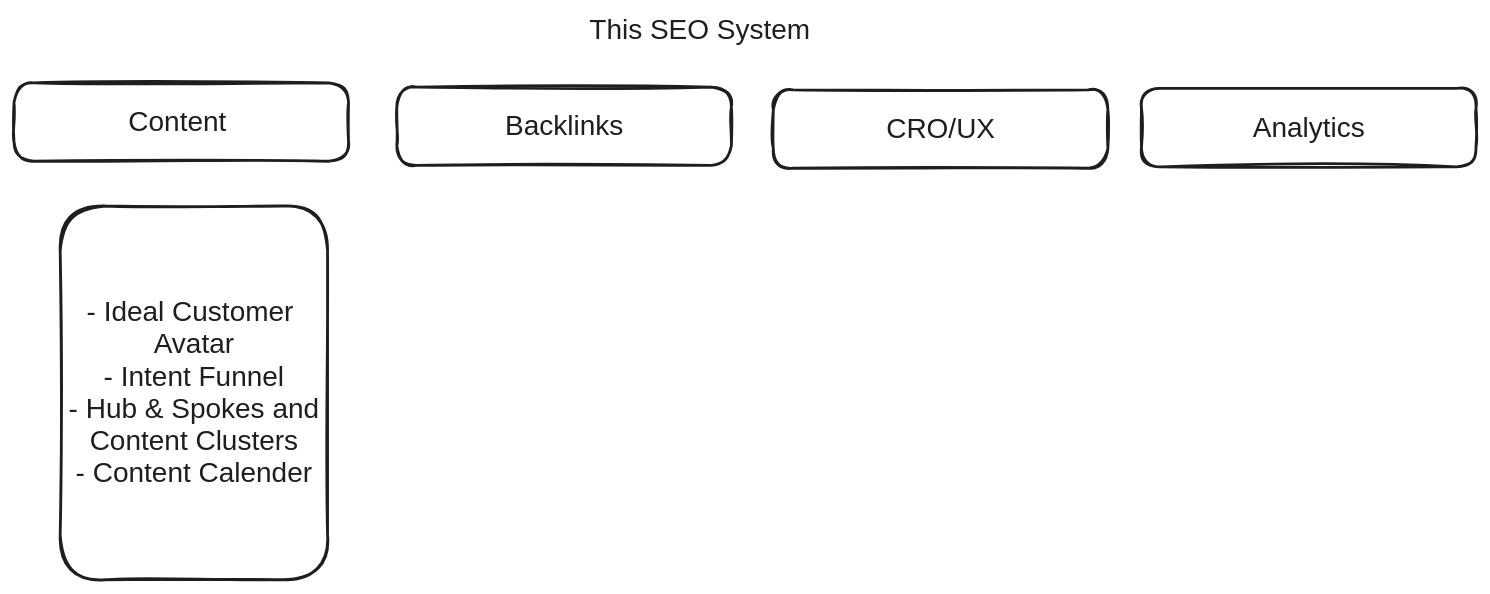
Above: QuickNotes/20240526 The SEO System.excalidraw.svg in mshafat/noteshub (Excalidraw), before the change. Source tidied: one line per element, renumbered; positions are measured from the earlier drawing's top-left corner, leaving out a move shared by most shapes.
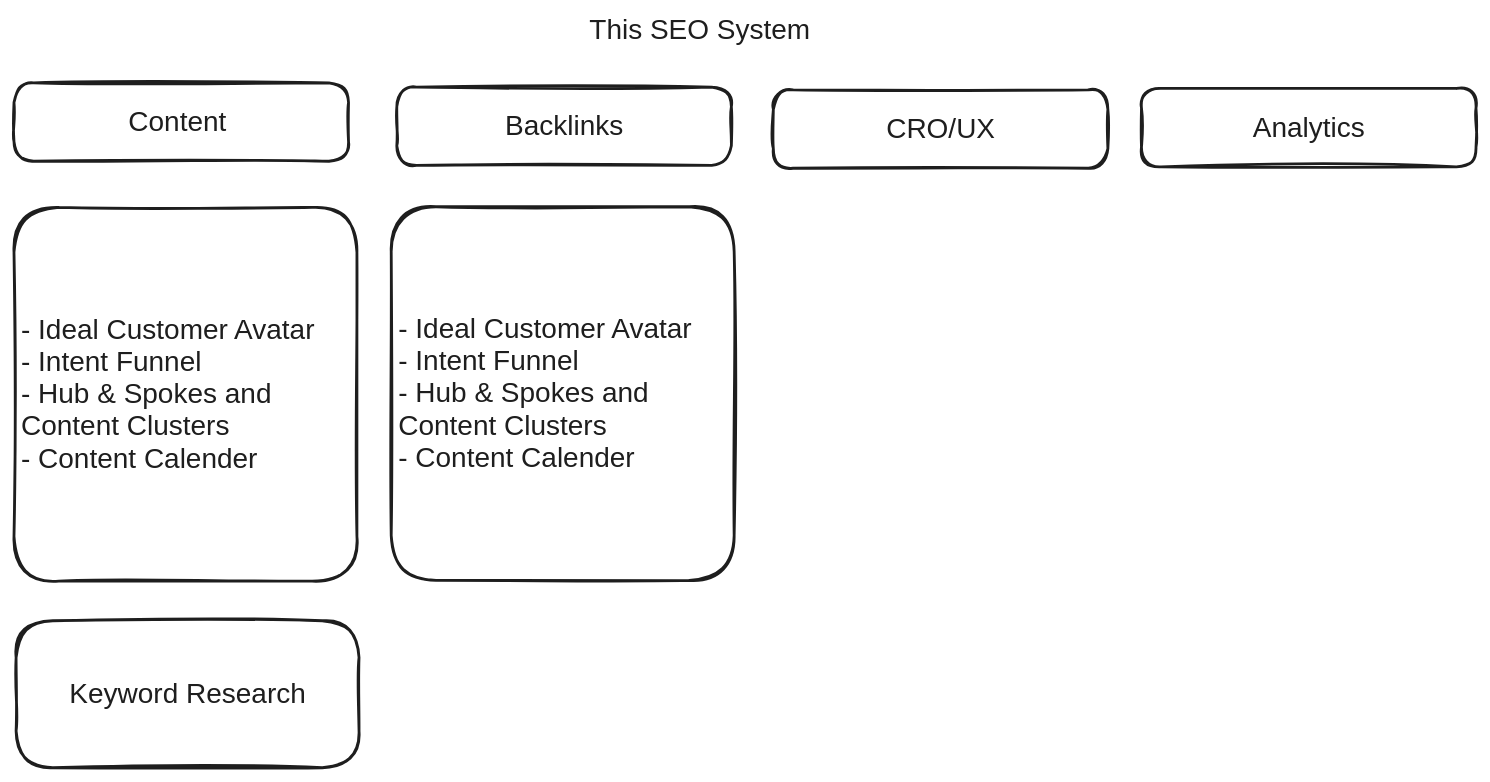
Above is the later version.

Change to the diagram source:
```diff
@@ -7,5 +7,9 @@
 {"id": 6, "type": "text", "text": "CRO/UX", "strokeColor": "#1e1e1e", "strokeWidth": 2, "roughness": 1, "fontSize": 20, "fontFamily": 2, "textAlign": "center", "verticalAlign": "middle", "inside": 5, "x": 623, "y": 70, "width": 78, "height": 23}
 {"id": 7, "type": "rectangle", "strokeColor": "#1e1e1e", "strokeWidth": 2, "roughness": 1, "round": true, "x": 806, "y": 53, "width": 239, "height": 56}
 {"id": 8, "type": "text", "text": "Analytics", "strokeColor": "#1e1e1e", "strokeWidth": 2, "roughness": 1, "fontSize": 20, "fontFamily": 2, "textAlign": "center", "verticalAlign": "middle", "inside": 7, "x": 885, "y": 70, "width": 80, "height": 23}
-{"id": 9, "type": "rectangle", "strokeColor": "#1e1e1e", "strokeWidth": 2, "roughness": 1, "round": true, "x": 33, "y": 137, "width": 191, "height": 267}
+{"id": 9, "type": "rectangle", "strokeColor": "#1e1e1e", "strokeWidth": 2, "roughness": 1, "round": true, "x": 0, "y": 138, "width": 245, "height": 267}
-{"id": 10, "type": "text", "text": "- Ideal Customer \nAvatar\n- Intent Funnel\n- Hub & Spokes and\nContent Clusters\n- Content Calender", "strokeColor": "#1e1e1e", "strokeWidth": 2, "roughness": 1, "fontSize": 20, "fontFamily": 2, "textAlign": "center", "verticalAlign": "middle", "inside": 9, "x": 39, "y": 202, "width": 179, "height": 138}
+{"id": 10, "type": "text", "text": "- Ideal Customer Avatar\n- Intent Funnel\n- Hub & Spokes and \nContent Clusters\n- Content Calender", "strokeColor": "#1e1e1e", "strokeWidth": 2, "roughness": 1, "fontSize": 20, "fontFamily": 2, "verticalAlign": "middle", "inside": 9, "x": 5, "y": 214, "width": 211, "height": 115}
+{"id": 11, "type": "rectangle", "strokeColor": "#1e1e1e", "strokeWidth": 2, "roughness": 1, "round": true, "x": 270, "y": 138, "width": 245, "height": 267}
+{"id": 12, "type": "text", "text": "- Ideal Customer Avatar\n- Intent Funnel\n- Hub & Spokes and \nContent Clusters\n- Content Calender", "strokeColor": "#1e1e1e", "strokeWidth": 2, "roughness": 1, "fontSize": 20, "fontFamily": 2, "verticalAlign": "middle", "inside": 11, "x": 274, "y": 214, "width": 211, "height": 115}
+{"id": 13, "type": "rectangle", "strokeColor": "#1e1e1e", "strokeWidth": 2, "roughness": 1, "round": true, "x": 2, "y": 433, "width": 245, "height": 105}
+{"id": 14, "type": "text", "text": "Keyword Research", "strokeColor": "#1e1e1e", "strokeWidth": 2, "roughness": 1, "fontSize": 20, "fontFamily": 2, "textAlign": "center", "verticalAlign": "middle", "inside": 13, "x": 40, "y": 474, "width": 169, "height": 23}
```
